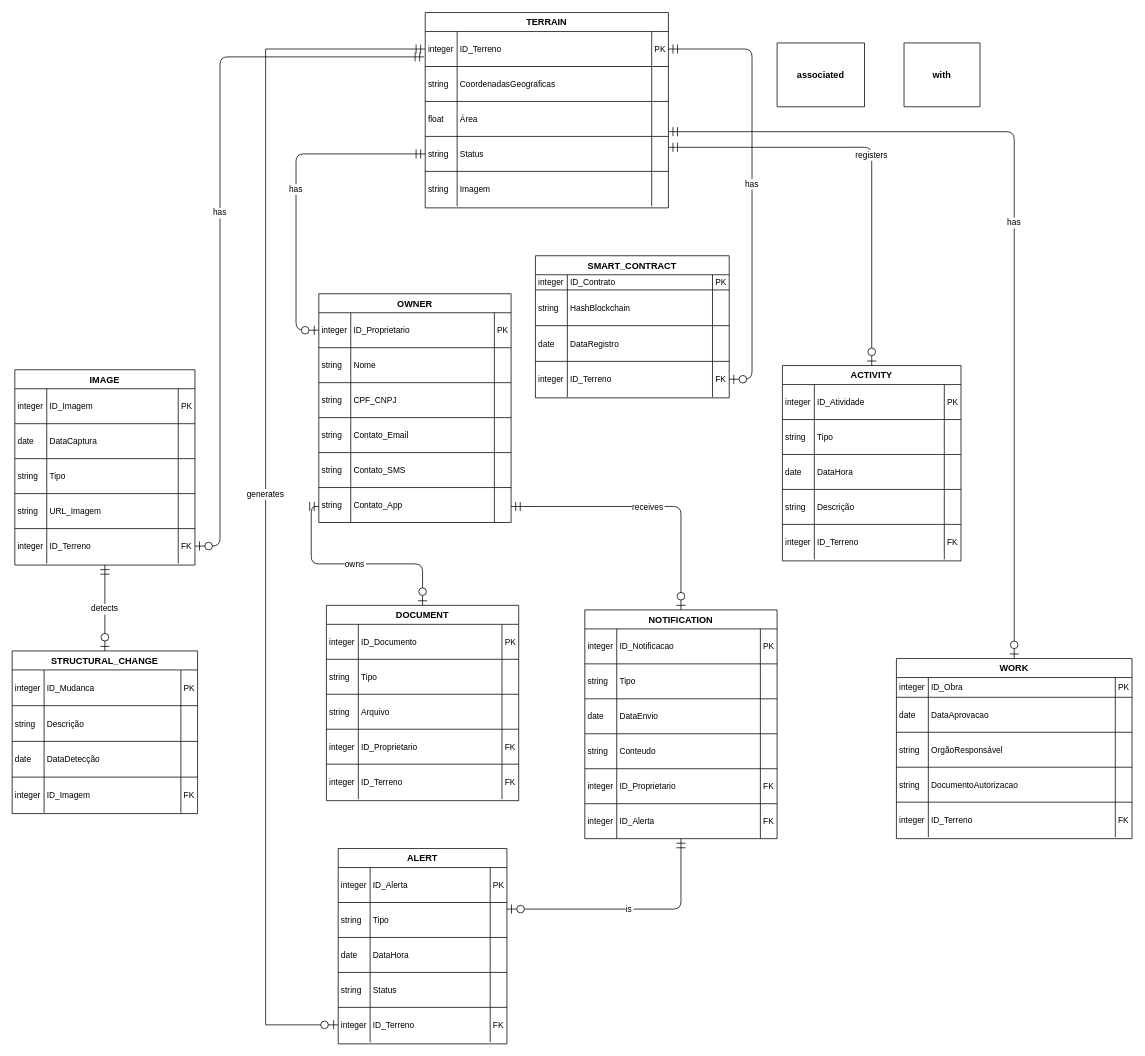
PatentTerrenos/diagrams keeps this draw.io diagram as page "Página-1" (1 of 2) of ER-Model.drawio. Above is the earlier version. Source tidied: cells renumbered, new cells numbered last; positions are measured from the earlier drawing's top-left corner, leaving out a move shared by most shapes. Both pictures are drawn from the tidied source at 76%, with x=0, y=0 at pixel (11, 12).
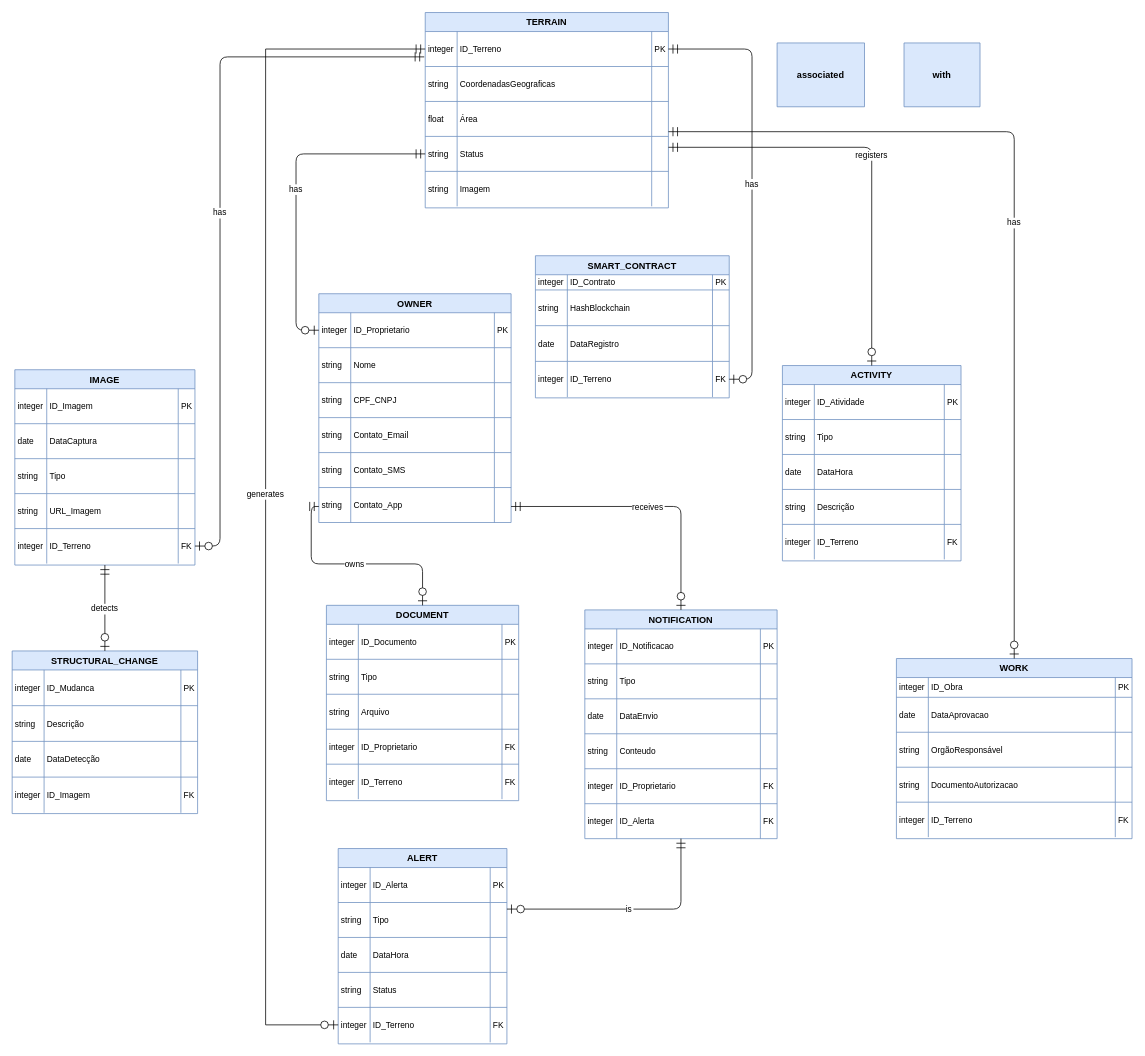
The same page after the edit.

Change to the diagram source:
```diff
@@
-<mxGraphModel>
+<mxGraphModel background="#ffffff">
@@
-    <mxCell id="2" value="TERRAIN" style="shape=table;startSize=25;childLayout=tableLayout;rowLines=1;fontStyle=1;align=center;" parent="1" vertex="1">
+    <mxCell id="2" value="TERRAIN" style="shape=table;startSize=25;childLayout=tableLayout;rowLines=1;fontStyle=1;align=center;fillColor=#dae8fc;strokeColor=#6c8ebf;" parent="1" vertex="1">
       <mxGeometry x="544" width="320" height="257" as="geometry" />
     </mxCell>
@@
-    <mxCell id="23" value="IMAGE" style="shape=table;startSize=25;childLayout=tableLayout;rowLines=1;fontStyle=1;align=center;" parent="1" vertex="1">
+    <mxCell id="23" value="IMAGE" style="shape=table;startSize=25;childLayout=tableLayout;rowLines=1;fontStyle=1;align=center;fillColor=#dae8fc;strokeColor=#6c8ebf;" parent="1" vertex="1">
       <mxGeometry x="4" y="470" width="237" height="257" as="geometry" />
     </mxCell>
@@
-    <mxCell id="44" value="STRUCTURAL_CHANGE" style="shape=table;startSize=25;childLayout=tableLayout;rowLines=1;fontStyle=1;align=center;" parent="1" vertex="1">
+    <mxCell id="44" value="STRUCTURAL_CHANGE" style="shape=table;startSize=25;childLayout=tableLayout;rowLines=1;fontStyle=1;align=center;fillColor=#dae8fc;strokeColor=#6c8ebf;" parent="1" vertex="1">
       <mxGeometry x="0.5" y="840" width="244" height="214" as="geometry" />
     </mxCell>
@@
-    <mxCell id="61" value="ALERT" style="shape=table;startSize=25;childLayout=tableLayout;rowLines=1;fontStyle=1;align=center;" parent="1" vertex="1">
+    <mxCell id="61" value="ALERT" style="shape=table;startSize=25;childLayout=tableLayout;rowLines=1;fontStyle=1;align=center;fillColor=#dae8fc;strokeColor=#6c8ebf;" parent="1" vertex="1">
       <mxGeometry x="429.5" y="1100" width="222" height="257" as="geometry" />
     </mxCell>
@@
-    <mxCell id="82" value="OWNER" style="shape=table;startSize=25;childLayout=tableLayout;rowLines=1;fontStyle=1;align=center;" parent="1" vertex="1">
+    <mxCell id="82" value="OWNER" style="shape=table;startSize=25;childLayout=tableLayout;rowLines=1;fontStyle=1;align=center;fillColor=#dae8fc;strokeColor=#6c8ebf;" parent="1" vertex="1">
       <mxGeometry x="404" y="370" width="253" height="301" as="geometry" />
     </mxCell>
@@
-    <mxCell id="107" value="DOCUMENT" style="shape=table;startSize=25;childLayout=tableLayout;rowLines=1;fontStyle=1;align=center;" parent="1" vertex="1">
+    <mxCell id="107" value="DOCUMENT" style="shape=table;startSize=25;childLayout=tableLayout;rowLines=1;fontStyle=1;align=center;fillColor=#dae8fc;strokeColor=#6c8ebf;" parent="1" vertex="1">
       <mxGeometry x="414" y="780" width="253" height="257" as="geometry" />
     </mxCell>
@@
-    <mxCell id="128" value="SMART_CONTRACT" style="shape=table;startSize=25;childLayout=tableLayout;rowLines=1;fontStyle=1;align=center;" parent="1" vertex="1">
+    <mxCell id="128" value="SMART_CONTRACT" style="shape=table;startSize=25;childLayout=tableLayout;rowLines=1;fontStyle=1;align=center;fillColor=#dae8fc;strokeColor=#6c8ebf;" parent="1" vertex="1">
       <mxGeometry x="689" y="320" width="255" height="187" as="geometry" />
     </mxCell>
@@
-    <mxCell id="145" value="ACTIVITY" style="shape=table;startSize=25;childLayout=tableLayout;rowLines=1;fontStyle=1;align=center;" parent="1" vertex="1">
+    <mxCell id="145" value="ACTIVITY" style="shape=table;startSize=25;childLayout=tableLayout;rowLines=1;fontStyle=1;align=center;fillColor=#dae8fc;strokeColor=#6c8ebf;" parent="1" vertex="1">
       <mxGeometry x="1014" y="464.5" width="235" height="257" as="geometry" />
     </mxCell>
@@
-    <mxCell id="166" value="NOTIFICATION" style="shape=table;startSize=25;childLayout=tableLayout;rowLines=1;fontStyle=1;align=center;" parent="1" vertex="1">
+    <mxCell id="166" value="NOTIFICATION" style="shape=table;startSize=25;childLayout=tableLayout;rowLines=1;fontStyle=1;align=center;fillColor=#dae8fc;strokeColor=#6c8ebf;" parent="1" vertex="1">
       <mxGeometry x="754" y="786" width="253" height="301" as="geometry" />
     </mxCell>
@@
-    <mxCell id="191" value="WORK" style="shape=table;startSize=25;childLayout=tableLayout;rowLines=1;fontStyle=1;align=center;" parent="1" vertex="1">
+    <mxCell id="191" value="WORK" style="shape=table;startSize=25;childLayout=tableLayout;rowLines=1;fontStyle=1;align=center;fillColor=#dae8fc;strokeColor=#6c8ebf;" parent="1" vertex="1">
       <mxGeometry x="1164" y="850" width="310" height="237" as="geometry" />
     </mxCell>
@@
-    <mxCell id="212" value="associated" style="shape=table;startSize=84;childLayout=tableLayout;rowLines=1;fontStyle=1;align=center;" parent="1" vertex="1">
+    <mxCell id="212" value="associated" style="shape=table;startSize=84;childLayout=tableLayout;rowLines=1;fontStyle=1;align=center;fillColor=#dae8fc;strokeColor=#6c8ebf;" parent="1" vertex="1">
       <mxGeometry x="1007" y="40" width="115" height="84" as="geometry" />
     </mxCell>
-    <mxCell id="213" value="with" style="shape=table;startSize=84;childLayout=tableLayout;rowLines=1;fontStyle=1;align=center;" parent="1" vertex="1">
+    <mxCell id="213" value="with" style="shape=table;startSize=84;childLayout=tableLayout;rowLines=1;fontStyle=1;align=center;fillColor=#dae8fc;strokeColor=#6c8ebf;" parent="1" vertex="1">
       <mxGeometry x="1174" y="40" width="100" height="84" as="geometry" />
     </mxCell>
```
